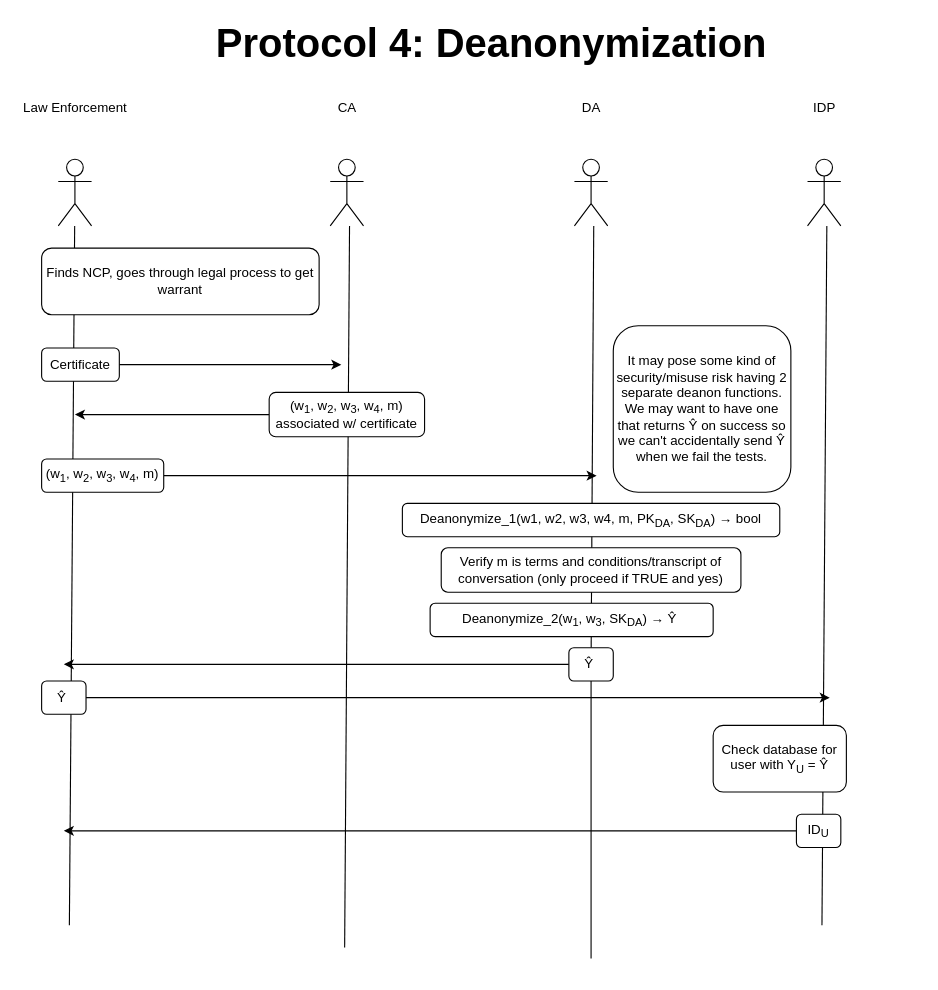
This is page "Deanon" (5 of 6) of doc/Updated Protocols.drawio from JacobGorman613/cl-api, a draw.io file, before an edit. Source tidied: cells renumbered, new cells numbered last; positions are measured from the earlier drawing's top-left corner, leaving out a move shared by most shapes. Both pictures are drawn from the tidied source at 111%, with x=0, y=0 at pixel (41, 26).
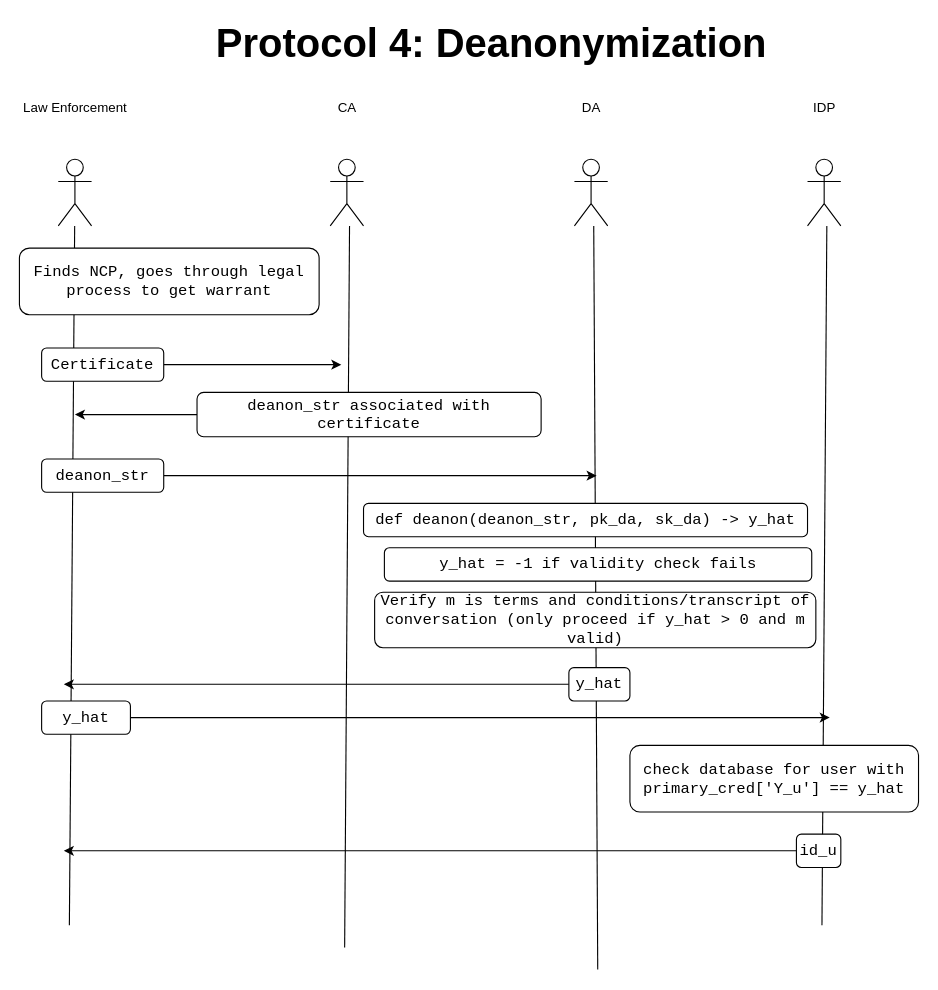
The same page after the edit.

The edit, as a diff of the source:
```diff
@@
-    <mxCell id="6" style="endArrow=none;html=1;rounded=0;startArrow=none;" parent="1" edge="1" source="22">
+    <mxCell id="6" style="endArrow=none;html=1;rounded=0;startArrow=none;" parent="1" edge="1">
       <mxGeometry relative="1" as="geometry">
+        <mxPoint x="501" y="850" as="sourcePoint" />
         <mxPoint x="497.4" y="180" as="targetPoint" />
       </mxGeometry>
     </mxCell>
@@
-    <mxCell id="11" value="Finds NCP, goes through legal process to get warrant" style="rounded=1;whiteSpace=wrap;html=1;" parent="1" vertex="1">
-      <mxGeometry y="200" width="250" height="60" as="geometry" />
+    <mxCell id="11" value="&lt;font style=&quot;font-size: 14px;&quot; face=&quot;Courier New&quot;&gt;Finds NCP, goes through legal process to get warrant&lt;/font&gt;" style="rounded=1;whiteSpace=wrap;html=1;" parent="1" vertex="1">
+      <mxGeometry x="-20" y="200" width="270" height="60" as="geometry" />
     </mxCell>
@@
-    <mxCell id="13" value="Certificate" style="rounded=1;whiteSpace=wrap;html=1;" parent="1" vertex="1">
-      <mxGeometry y="290" width="70" height="30" as="geometry" />
+    <mxCell id="13" value="&lt;font style=&quot;font-size: 14px;&quot; face=&quot;Courier New&quot;&gt;Certificate&lt;/font&gt;" style="rounded=1;whiteSpace=wrap;html=1;" parent="1" vertex="1">
+      <mxGeometry y="290" width="110" height="30" as="geometry" />
     </mxCell>
@@
-    <mxCell id="15" value="(w&lt;sub&gt;1&lt;/sub&gt;, w&lt;sub&gt;2&lt;/sub&gt;, w&lt;sub&gt;3&lt;/sub&gt;, w&lt;sub&gt;4&lt;/sub&gt;, m)&lt;br&gt;associated w/ certificate" style="rounded=1;whiteSpace=wrap;html=1;" parent="1" vertex="1">
-      <mxGeometry x="205" y="330" width="140" height="40" as="geometry" />
+    <mxCell id="15" value="&lt;font style=&quot;font-size: 14px;&quot; face=&quot;Courier New&quot;&gt;deanon_str associated with certificate&lt;/font&gt;" style="rounded=1;whiteSpace=wrap;html=1;" parent="1" vertex="1">
+      <mxGeometry x="140" y="330" width="310" height="40" as="geometry" />
     </mxCell>
@@
-    <mxCell id="17" value="(w&lt;sub&gt;1&lt;/sub&gt;, w&lt;sub&gt;2&lt;/sub&gt;, w&lt;sub&gt;3&lt;/sub&gt;, w&lt;sub&gt;4&lt;/sub&gt;, m)" style="rounded=1;whiteSpace=wrap;html=1;" parent="1" vertex="1">
+    <mxCell id="17" value="&lt;font style=&quot;font-size: 14px;&quot; face=&quot;Courier New&quot;&gt;deanon_str&lt;/font&gt;" style="rounded=1;whiteSpace=wrap;html=1;" parent="1" vertex="1">
       <mxGeometry y="390" width="110" height="30" as="geometry" />
     </mxCell>
-    <mxCell id="18" value="Deanonymize_1(w1, w2, w3, w4, m, PK&lt;sub&gt;DA&lt;/sub&gt;, SK&lt;sub&gt;DA&lt;/sub&gt;)&amp;nbsp;→ bool" style="rounded=1;whiteSpace=wrap;html=1;" parent="1" vertex="1">
-      <mxGeometry x="325" y="430" width="340" height="30" as="geometry" />
+    <mxCell id="18" value="&lt;font face=&quot;Courier New&quot; style=&quot;font-size: 14px;&quot;&gt;def deanon(deanon_str, pk_da, sk_da) -&amp;gt; y_hat&lt;/font&gt;" style="rounded=1;whiteSpace=wrap;html=1;" parent="1" vertex="1">
+      <mxGeometry x="290" y="430" width="400" height="30" as="geometry" />
     </mxCell>
-    <mxCell id="19" value="Verify m is terms and conditions/transcript of conversation (only proceed if TRUE and yes)" style="rounded=1;whiteSpace=wrap;html=1;" parent="1" vertex="1">
-      <mxGeometry x="360" y="470" width="270" height="40" as="geometry" />
-    </mxCell>
-    <mxCell id="20" value="Deanonymize_2(w&lt;sub&gt;1&lt;/sub&gt;, w&lt;sub&gt;3&lt;/sub&gt;, SK&lt;sub&gt;DA&lt;/sub&gt;)&amp;nbsp;→ Ŷ&amp;nbsp;" style="rounded=1;whiteSpace=wrap;html=1;" parent="1" vertex="1">
-      <mxGeometry x="350" y="520" width="255" height="30" as="geometry" />
-    </mxCell>
     <mxCell id="21" style="edgeStyle=orthogonalEdgeStyle;rounded=0;jettySize=auto;html=1;exitX=0;exitY=0.5;exitDx=0;exitDy=0;" parent="1" edge="1" source="22">
       <mxGeometry relative="1" as="geometry">
-        <mxPoint x="20" y="575" as="targetPoint" />
+        <mxPoint x="20" y="593" as="targetPoint" />
       </mxGeometry>
     </mxCell>
-    <mxCell id="22" value="Ŷ&amp;nbsp;" style="rounded=1;whiteSpace=wrap;html=1;" parent="1" vertex="1">
-      <mxGeometry x="475" y="560" width="40" height="30" as="geometry" />
+    <mxCell id="22" value="&lt;font style=&quot;font-size: 14px;&quot; face=&quot;Courier New&quot;&gt;y_hat&lt;/font&gt;" style="rounded=1;whiteSpace=wrap;html=1;" parent="1" vertex="1">
+      <mxGeometry x="475" y="578" width="55" height="30" as="geometry" />
     </mxCell>
-    <mxCell id="23" style="endArrow=none;html=1;rounded=0;" parent="1" edge="1" target="22">
-      <mxGeometry relative="1" as="geometry">
-        <mxPoint x="495" y="840" as="sourcePoint" />
-      </mxGeometry>
-    </mxCell>
     <mxCell id="24" style="edgeStyle=orthogonalEdgeStyle;rounded=0;jettySize=auto;html=1;exitX=1;exitY=0.5;exitDx=0;exitDy=0;" parent="1" edge="1" source="25">
       <mxGeometry relative="1" as="geometry">
-        <mxPoint x="710" y="605" as="targetPoint" />
+        <mxPoint x="710" y="623" as="targetPoint" />
       </mxGeometry>
     </mxCell>
-    <mxCell id="25" value="Ŷ&amp;nbsp;" style="rounded=1;whiteSpace=wrap;html=1;" parent="1" vertex="1">
-      <mxGeometry y="590" width="40" height="30" as="geometry" />
+    <mxCell id="25" value="&lt;font face=&quot;Courier New&quot; style=&quot;font-size: 14px;&quot;&gt;y_hat&lt;/font&gt;" style="rounded=1;whiteSpace=wrap;html=1;" parent="1" vertex="1">
+      <mxGeometry y="608" width="80" height="30" as="geometry" />
     </mxCell>
-    <mxCell id="26" value="Check database for user with Y&lt;sub&gt;U&lt;/sub&gt;&amp;nbsp;=&amp;nbsp;Ŷ" style="rounded=1;whiteSpace=wrap;html=1;" parent="1" vertex="1">
-      <mxGeometry x="605" y="630" width="120" height="60" as="geometry" />
+    <mxCell id="26" value="&lt;font face=&quot;Courier New&quot; style=&quot;font-size: 14px;&quot;&gt;check database for user with primary_cred['Y_u'] == y_hat&lt;/font&gt;" style="rounded=1;whiteSpace=wrap;html=1;" parent="1" vertex="1">
+      <mxGeometry x="530" y="648" width="260" height="60" as="geometry" />
     </mxCell>
     <mxCell id="27" style="edgeStyle=orthogonalEdgeStyle;rounded=0;jettySize=auto;html=1;exitX=0;exitY=0.5;exitDx=0;exitDy=0;" parent="1" edge="1" source="28">
       <mxGeometry relative="1" as="geometry">
-        <mxPoint x="20" y="725" as="targetPoint" />
+        <mxPoint x="20" y="743" as="targetPoint" />
       </mxGeometry>
     </mxCell>
-    <mxCell id="28" value="ID&lt;sub&gt;U&lt;/sub&gt;" style="rounded=1;whiteSpace=wrap;html=1;" parent="1" vertex="1">
-      <mxGeometry x="680" y="710" width="40" height="30" as="geometry" />
+    <mxCell id="28" value="&lt;font face=&quot;Courier New&quot; style=&quot;font-size: 14px;&quot;&gt;id_u&lt;/font&gt;" style="rounded=1;whiteSpace=wrap;html=1;" parent="1" vertex="1">
+      <mxGeometry x="680" y="728" width="40" height="30" as="geometry" />
     </mxCell>
-    <mxCell id="29" value="It may pose some kind of security/misuse risk having 2 separate deanon functions. We may want to have one that returns&amp;nbsp;Ŷ on success so we can't accidentally send&amp;nbsp;Ŷ when we fail the tests." style="rounded=1;whiteSpace=wrap;html=1;" parent="1" vertex="1">
-      <mxGeometry x="515" y="270" width="160" height="150" as="geometry" />
-    </mxCell>
+    <mxCell id="30" value="&lt;font face=&quot;Courier New&quot; style=&quot;font-size: 14px;&quot;&gt;y_hat = -1 if validity check fails&lt;/font&gt;" style="rounded=1;whiteSpace=wrap;html=1;" parent="1" vertex="1">
+      <mxGeometry x="308.8" y="470" width="385" height="30" as="geometry" />
+    </mxCell>
+    <mxCell id="19" value="&lt;font face=&quot;Courier New&quot; style=&quot;font-size: 14px;&quot;&gt;Verify m is terms and conditions/transcript of conversation (only proceed if y_hat &amp;gt; 0 and m valid)&lt;/font&gt;" style="rounded=1;whiteSpace=wrap;html=1;" parent="1" vertex="1">
+      <mxGeometry x="300" y="510" width="397.5" height="50" as="geometry" />
+    </mxCell>
+    <mxCell id="31" style="endArrow=none;html=1;rounded=0;startArrow=none;" parent="1" edge="1" source="22">
+      <mxGeometry relative="1" as="geometry">
+        <mxPoint x="497.3" y="578" as="targetPoint" />
+      </mxGeometry>
+    </mxCell>
```
